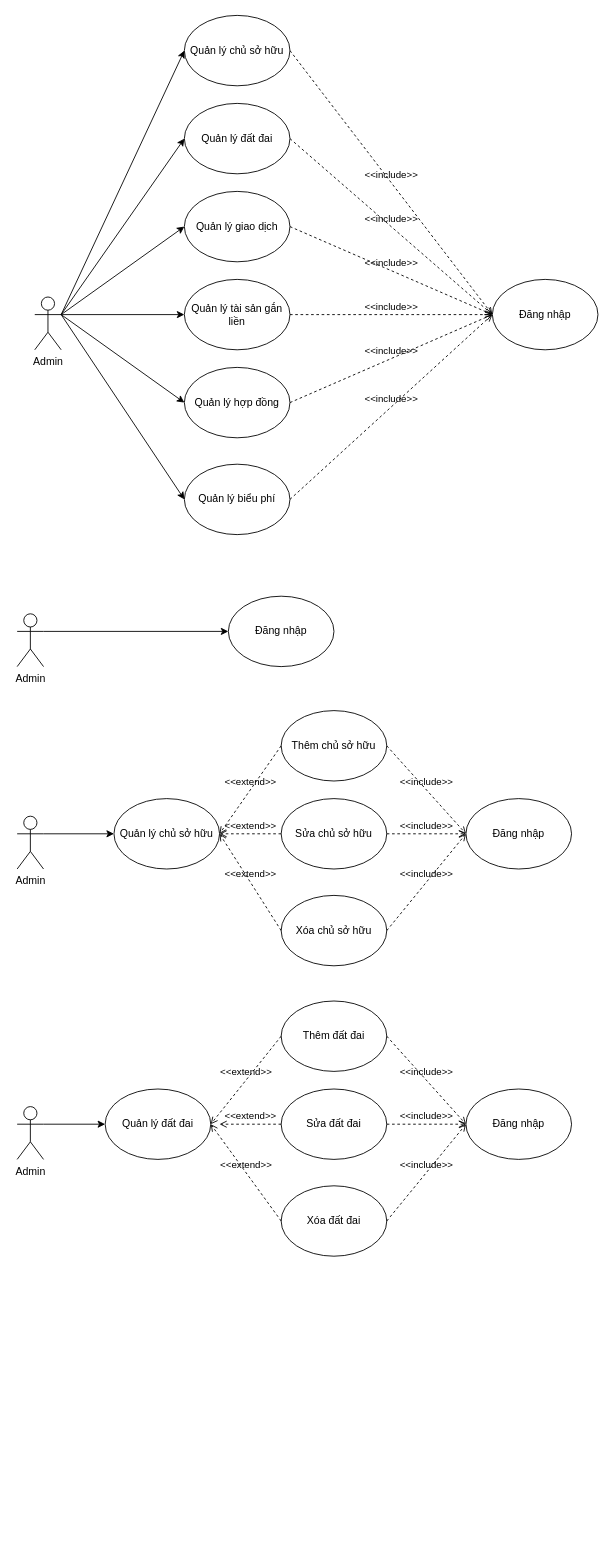
Earlier version of the draw.io diagram Biểu đồ ca sử dụng (đất đai).drawio (RageOfFire/draw.io-project). Source tidied: cells renumbered, new cells numbered last; positions are measured from the earlier drawing's top-left corner, leaving out a move shared by most shapes. Both pictures are drawn from the tidied source at 88%, with x=0, y=0 at pixel (17, 15).
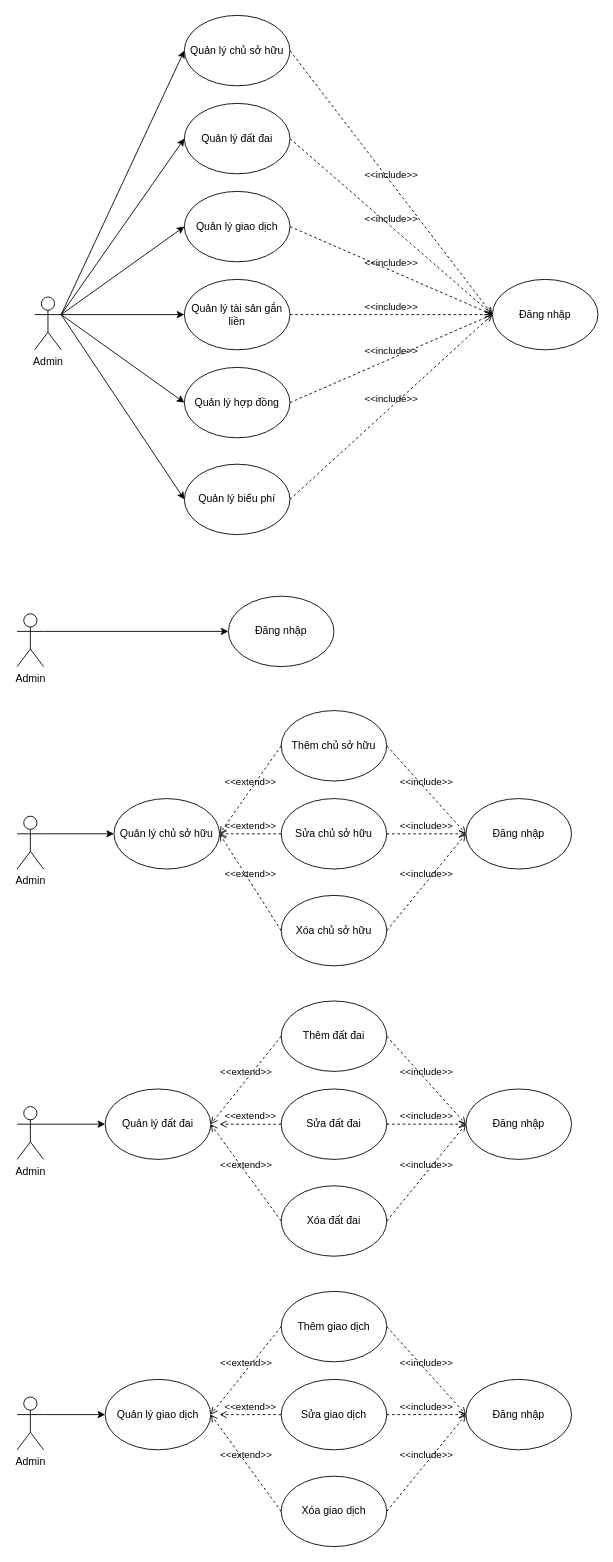
The same diagram, later.

Commit message:
Cập nhật Biểu đồ ca sử dụng (đất đai).drawio

What changed in the source:
```diff
@@
+    <mxCell id="51" value="Admin&lt;br&gt;" style="shape=umlActor;verticalLabelPosition=bottom;verticalAlign=top;html=1;outlineConnect=0;" parent="1" vertex="1">
+      <mxGeometry y="1570" width="30" height="60" as="geometry" />
+    </mxCell>
+    <mxCell id="52" value="Quản lý giao dịch" style="ellipse;whiteSpace=wrap;html=1;" parent="1" vertex="1">
+      <mxGeometry x="100" y="1550" width="120" height="80" as="geometry" />
+    </mxCell>
+    <mxCell id="53" value="Thêm giao dịch" style="ellipse;whiteSpace=wrap;html=1;" parent="1" vertex="1">
+      <mxGeometry x="300" y="1450" width="120" height="80" as="geometry" />
+    </mxCell>
+    <mxCell id="54" value="Sửa giao dịch" style="ellipse;whiteSpace=wrap;html=1;" parent="1" vertex="1">
+      <mxGeometry x="300" y="1550" width="120" height="80" as="geometry" />
+    </mxCell>
+    <mxCell id="55" value="Xóa giao dịch" style="ellipse;whiteSpace=wrap;html=1;" parent="1" vertex="1">
+      <mxGeometry x="300" y="1660" width="120" height="80" as="geometry" />
+    </mxCell>
+    <mxCell id="56" value="Đăng nhập" style="ellipse;whiteSpace=wrap;html=1;" parent="1" vertex="1">
+      <mxGeometry x="510" y="1550" width="120" height="80" as="geometry" />
+    </mxCell>
+    <mxCell id="57" value="&amp;lt;&amp;lt;include&amp;gt;&amp;gt;" style="html=1;verticalAlign=bottom;labelBackgroundColor=none;endArrow=open;endFill=0;dashed=1;rounded=0;exitX=1;exitY=0.5;exitDx=0;exitDy=0;entryX=0;entryY=0.5;entryDx=0;entryDy=0;" parent="1" edge="1" source="53" target="56">
+      <mxGeometry relative="1" as="geometry" />
+    </mxCell>
+    <mxCell id="58" value="&amp;lt;&amp;lt;include&amp;gt;&amp;gt;" style="html=1;verticalAlign=bottom;labelBackgroundColor=none;endArrow=open;endFill=0;dashed=1;rounded=0;exitX=1;exitY=0.5;exitDx=0;exitDy=0;" parent="1" edge="1" source="54">
+      <mxGeometry relative="1" as="geometry">
+        <mxPoint x="510" y="1590" as="targetPoint" />
+      </mxGeometry>
+    </mxCell>
+    <mxCell id="59" value="&amp;lt;&amp;lt;include&amp;gt;&amp;gt;" style="html=1;verticalAlign=bottom;labelBackgroundColor=none;endArrow=open;endFill=0;dashed=1;rounded=0;exitX=1;exitY=0.5;exitDx=0;exitDy=0;" parent="1" edge="1" source="55">
+      <mxGeometry relative="1" as="geometry">
+        <mxPoint x="510" y="1590" as="targetPoint" />
+      </mxGeometry>
+    </mxCell>
+    <mxCell id="60" value="&amp;lt;&amp;lt;extend&amp;gt;&amp;gt;" style="html=1;verticalAlign=bottom;labelBackgroundColor=none;endArrow=open;endFill=0;dashed=1;rounded=0;entryX=1;entryY=0.5;entryDx=0;entryDy=0;exitX=0;exitY=0.5;exitDx=0;exitDy=0;" parent="1" edge="1" source="53" target="52">
+      <mxGeometry relative="1" as="geometry" />
+    </mxCell>
+    <mxCell id="61" value="&amp;lt;&amp;lt;extend&amp;gt;&amp;gt;" style="html=1;verticalAlign=bottom;labelBackgroundColor=none;endArrow=open;endFill=0;dashed=1;rounded=0;exitX=0;exitY=0.5;exitDx=0;exitDy=0;" parent="1" edge="1" source="54">
+      <mxGeometry relative="1" as="geometry">
+        <mxPoint x="230" y="1590" as="targetPoint" />
+      </mxGeometry>
+    </mxCell>
+    <mxCell id="62" value="&amp;lt;&amp;lt;extend&amp;gt;&amp;gt;" style="html=1;verticalAlign=bottom;labelBackgroundColor=none;endArrow=open;endFill=0;dashed=1;rounded=0;entryX=1;entryY=0.5;entryDx=0;entryDy=0;exitX=0;exitY=0.5;exitDx=0;exitDy=0;" parent="1" edge="1" source="55" target="52">
+      <mxGeometry relative="1" as="geometry" />
+    </mxCell>
+    <mxCell id="63" style="endArrow=classic;html=1;rounded=0;exitX=1;exitY=0.3333333333333333;exitDx=0;exitDy=0;exitPerimeter=0;entryX=0;entryY=0.5;entryDx=0;entryDy=0;" parent="1" edge="1" source="51" target="52">
+      <mxGeometry relative="1" as="geometry" />
+    </mxCell>
```
